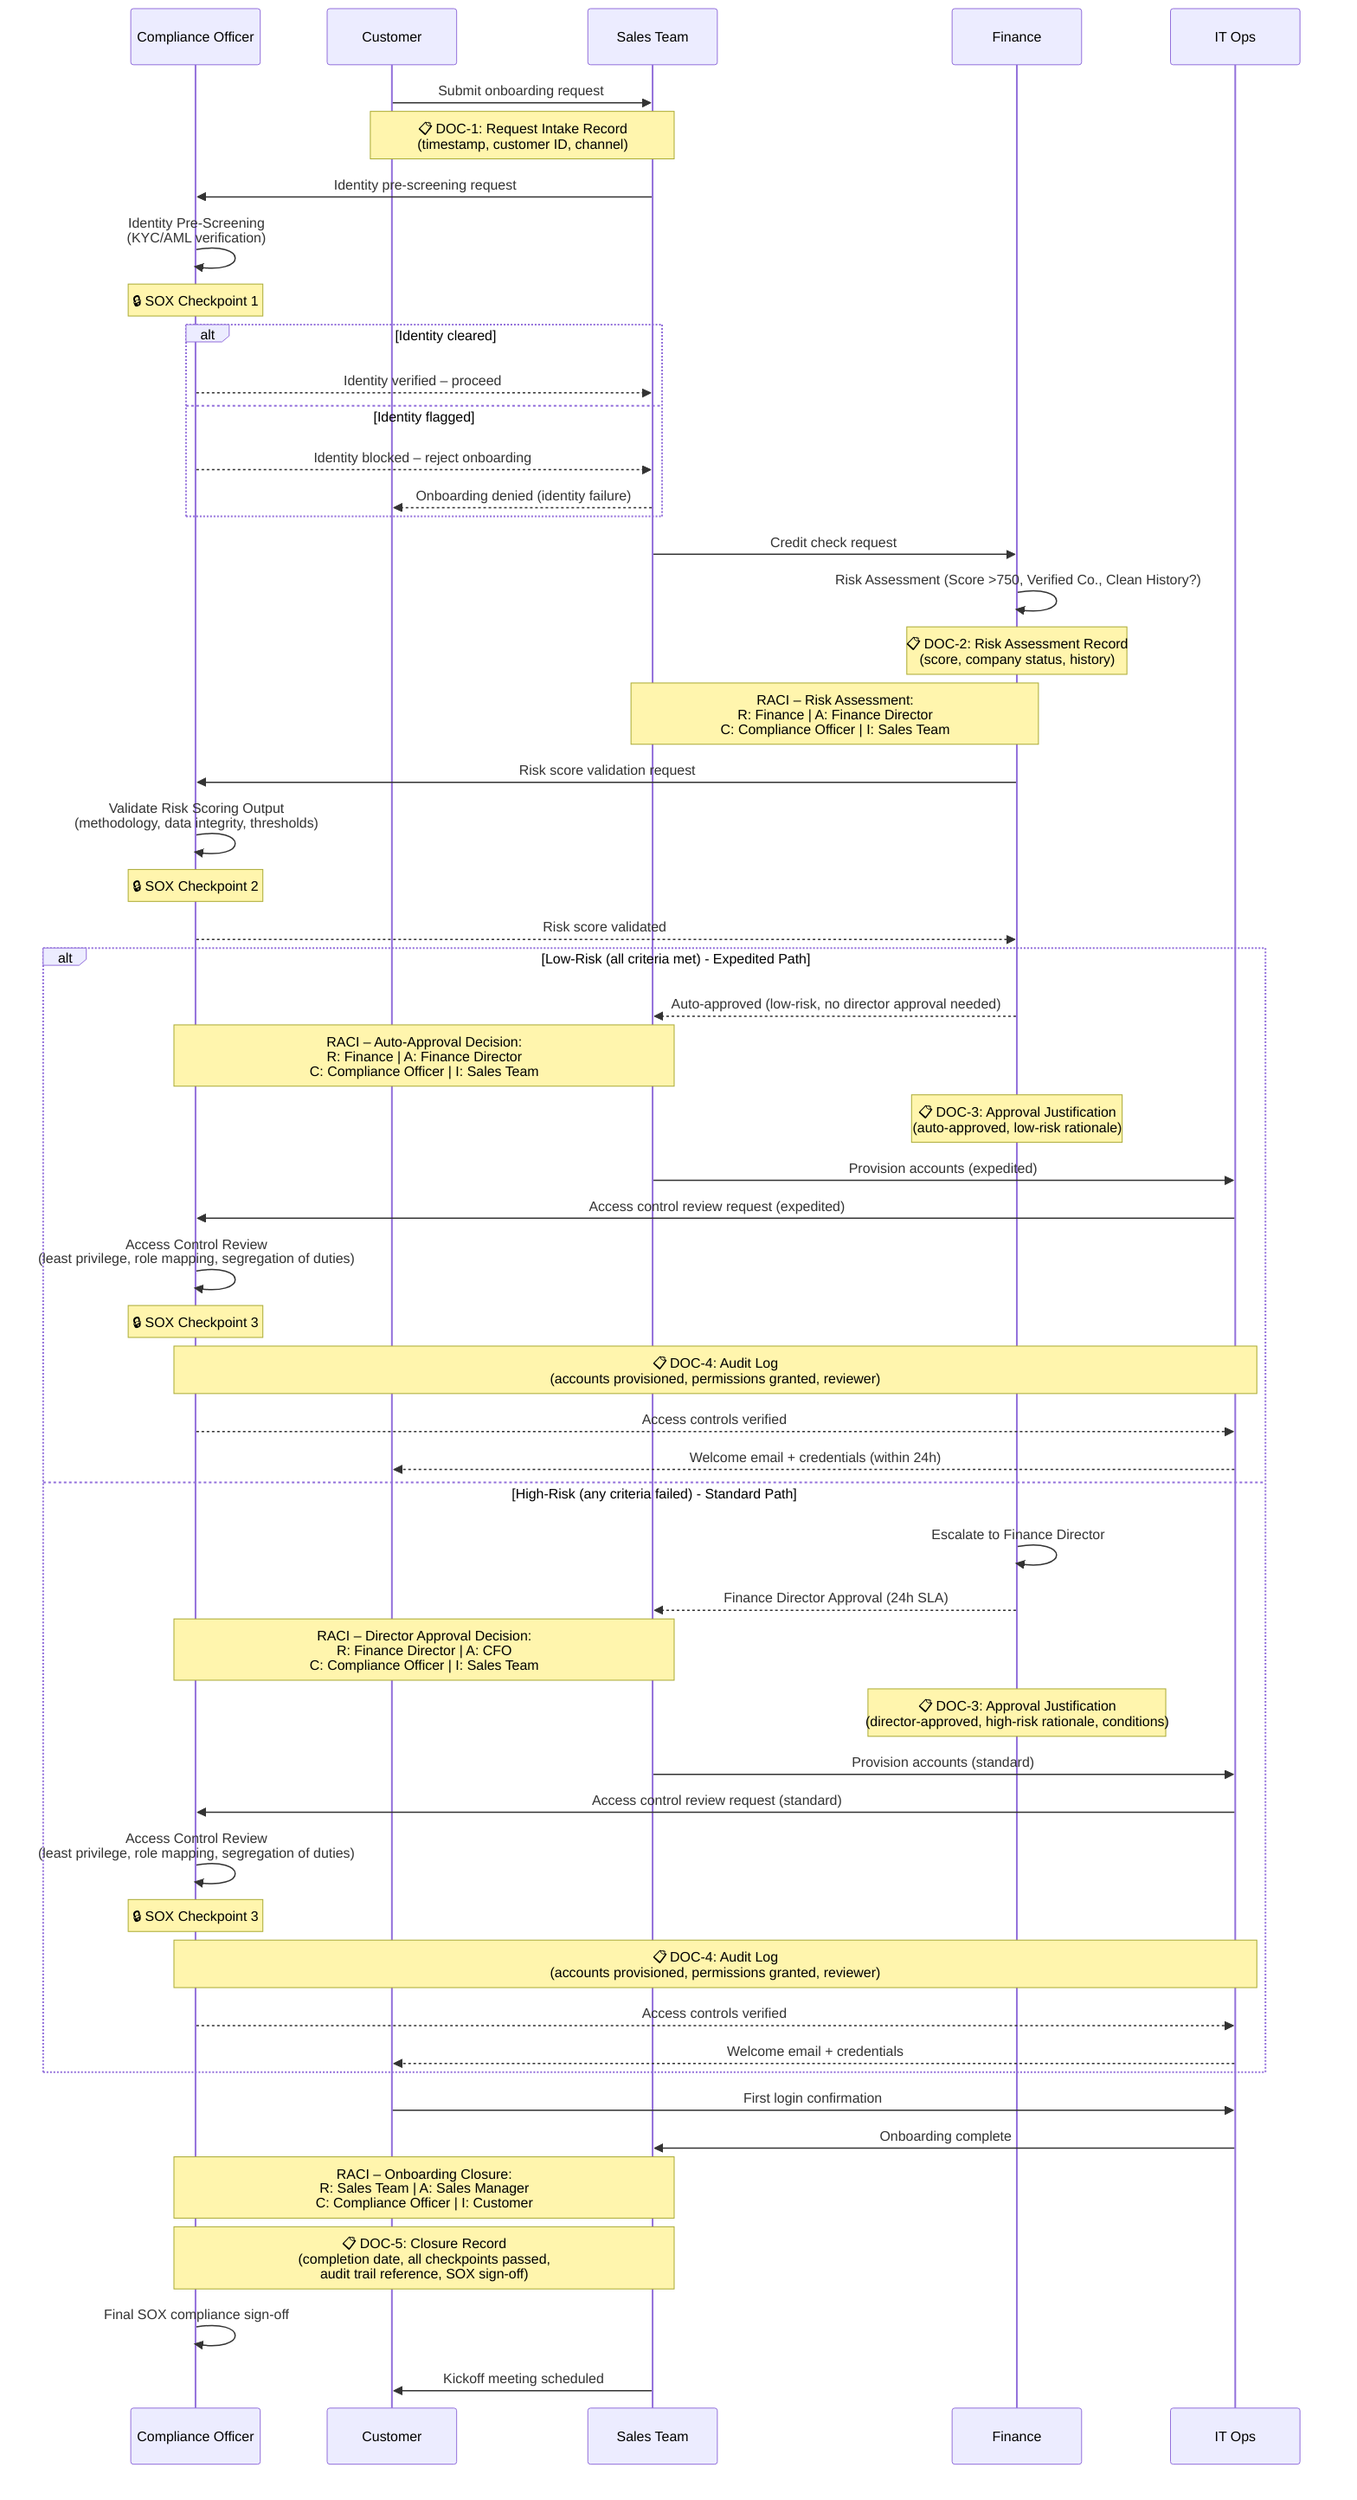
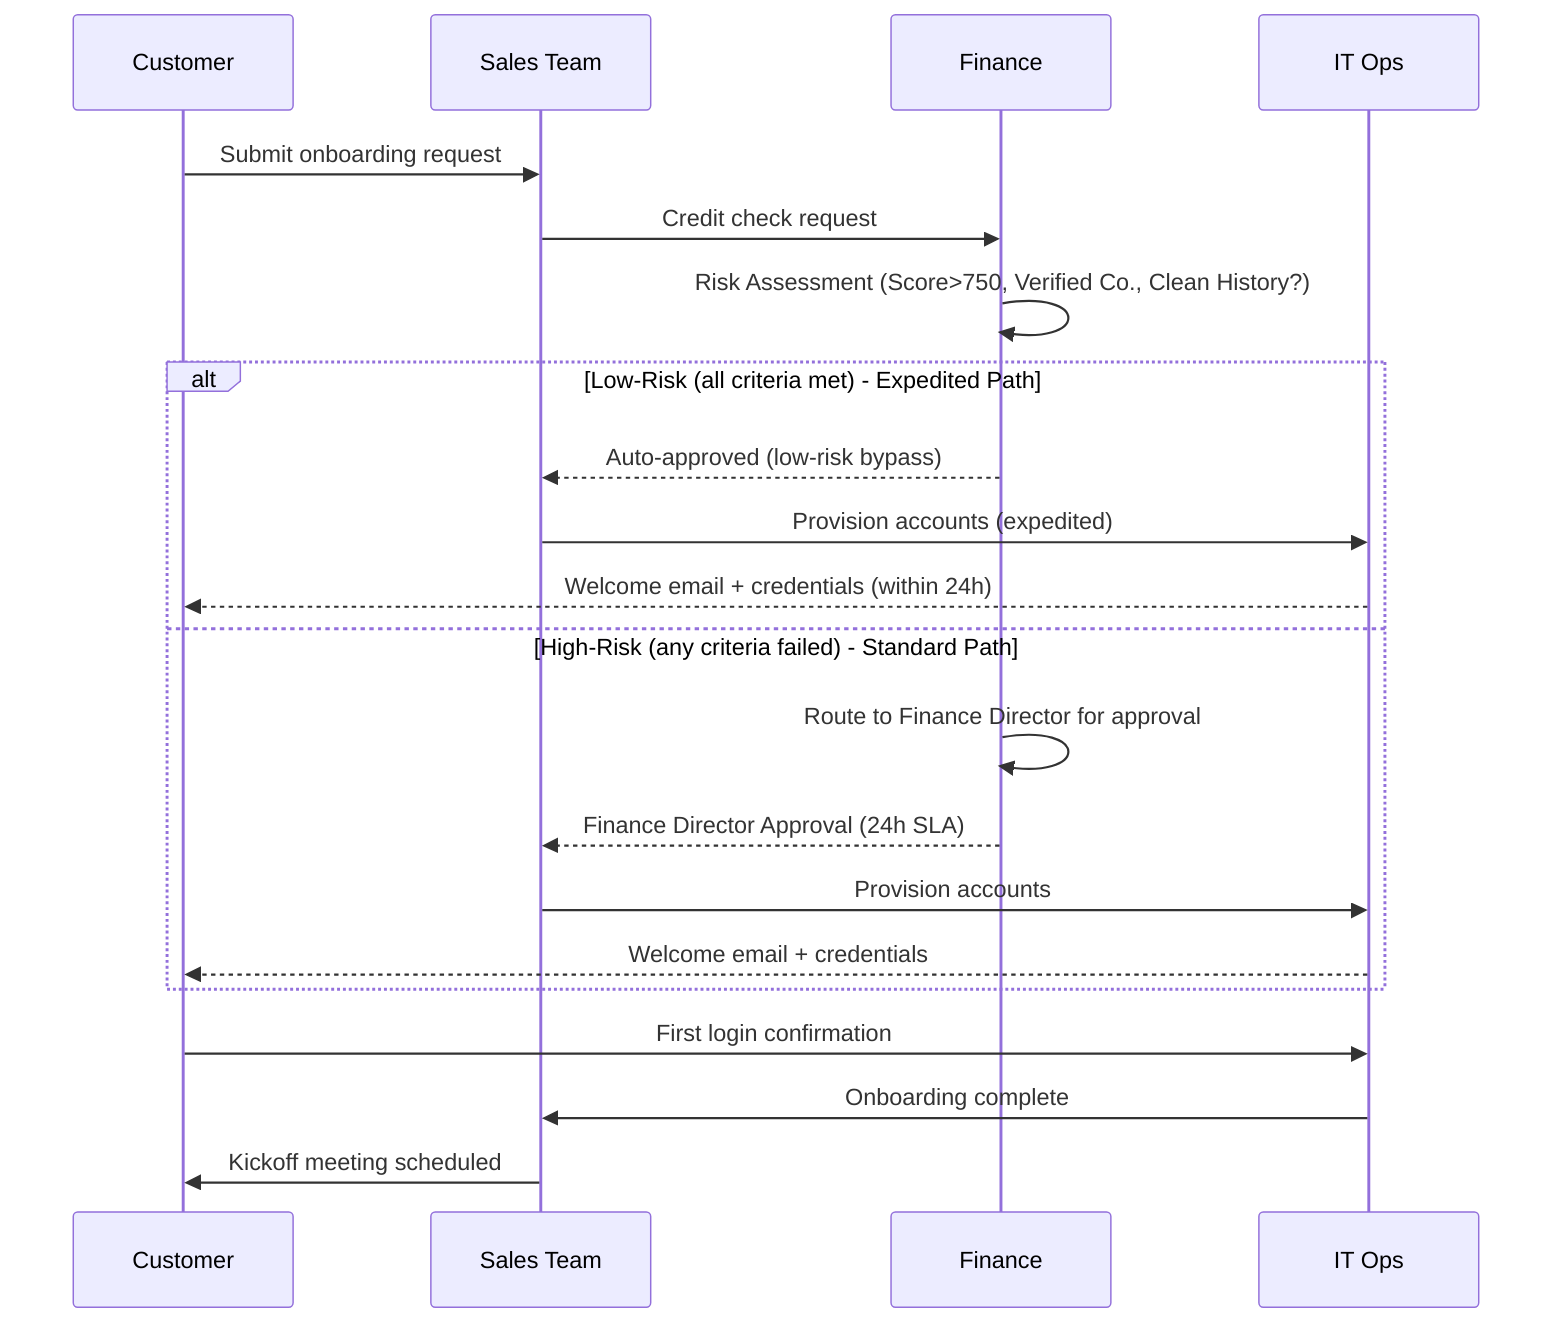
sequenceDiagram
-     participant CO as Compliance Officer
    participant C as Customer
    participant S as Sales Team
    participant F as Finance
    participant IT as IT Ops

-     %% ⚡ CHANGED SECTION - SOX Doc Gate 1: Request Intake Record
    C->>S: Submit onboarding request
-     Note over C,S: 📋 DOC-1: Request Intake Record<br/>(timestamp, customer ID, channel)
-     %% ⚡ END CHANGED SECTION
- 
-     %% ⚡ CHANGED SECTION - Compliance identity pre-screening before credit check
-     S->>CO: Identity pre-screening request
-     CO->>CO: Identity Pre-Screening<br/>(KYC/AML verification)
-     Note over CO: 🔒 SOX Checkpoint 1
-     alt Identity cleared
-         CO-->>S: Identity verified – proceed
-     else Identity flagged
-         CO-->>S: Identity blocked – reject onboarding
-         S-->>C: Onboarding denied (identity failure)
+     S->>F: Credit check request
+     %% ⚡ CHANGED SECTION - Risk assessment decision after credit check
+     F->>F: Risk Assessment (Score>750, Verified Co., Clean History?)
+     alt Low-Risk (all criteria met) - Expedited Path
+         F-->>S: Auto-approved (low-risk bypass)
+         S->>IT: Provision accounts (expedited)
+         IT-->>C: Welcome email + credentials (within 24h)
+     else High-Risk (any criteria failed) - Standard Path
+         F->>F: Route to Finance Director for approval
+         F-->>S: Finance Director Approval (24h SLA)
+         S->>IT: Provision accounts
+         IT-->>C: Welcome email + credentials
    end
    %% ⚡ END CHANGED SECTION
- 
-     S->>F: Credit check request
- 
-     %% ⚡ CHANGED SECTION - Risk assessment with RACI annotation + Doc Gate 2
-     F->>F: Risk Assessment (Score >750, Verified Co., Clean History?)
-     Note over F: 📋 DOC-2: Risk Assessment Record<br/>(score, company status, history)
-     Note over S,F: RACI – Risk Assessment:<br/>R: Finance | A: Finance Director<br/>C: Compliance Officer | I: Sales Team
-     %% ⚡ END CHANGED SECTION
- 
-     %% ⚡ CHANGED SECTION - Compliance validation of risk scoring output
-     F->>CO: Risk score validation request
-     CO->>CO: Validate Risk Scoring Output<br/>(methodology, data integrity, thresholds)
-     Note over CO: 🔒 SOX Checkpoint 2
-     CO-->>F: Risk score validated
-     %% ⚡ END CHANGED SECTION
- 
-     alt Low-Risk (all criteria met) - Expedited Path
-         F-->>S: Auto-approved (low-risk, no director approval needed)
- 
-         %% ⚡ CHANGED SECTION - RACI for auto-approval + Doc Gate 3
-         Note over S,CO: RACI – Auto-Approval Decision:<br/>R: Finance | A: Finance Director<br/>C: Compliance Officer | I: Sales Team
-         Note over F: 📋 DOC-3: Approval Justification<br/>(auto-approved, low-risk rationale)
-         %% ⚡ END CHANGED SECTION
- 
-         S->>IT: Provision accounts (expedited)
- 
-         %% ⚡ CHANGED SECTION - Compliance access control review after provisioning
-         IT->>CO: Access control review request (expedited)
-         CO->>CO: Access Control Review<br/>(least privilege, role mapping, segregation of duties)
-         Note over CO: 🔒 SOX Checkpoint 3
-         Note over IT,CO: 📋 DOC-4: Audit Log<br/>(accounts provisioned, permissions granted, reviewer)
-         CO-->>IT: Access controls verified
-         %% ⚡ END CHANGED SECTION
- 
-         IT-->>C: Welcome email + credentials (within 24h)
- 
-     else High-Risk (any criteria failed) - Standard Path
-         F->>F: Escalate to Finance Director
-         F-->>S: Finance Director Approval (24h SLA)
- 
-         %% ⚡ CHANGED SECTION - RACI for director approval + Doc Gate 3
-         Note over S,CO: RACI – Director Approval Decision:<br/>R: Finance Director | A: CFO<br/>C: Compliance Officer | I: Sales Team
-         Note over F: 📋 DOC-3: Approval Justification<br/>(director-approved, high-risk rationale, conditions)
-         %% ⚡ END CHANGED SECTION
- 
-         S->>IT: Provision accounts (standard)
- 
-         %% ⚡ CHANGED SECTION - Compliance access control review after provisioning
-         IT->>CO: Access control review request (standard)
-         CO->>CO: Access Control Review<br/>(least privilege, role mapping, segregation of duties)
-         Note over CO: 🔒 SOX Checkpoint 3
-         Note over IT,CO: 📋 DOC-4: Audit Log<br/>(accounts provisioned, permissions granted, reviewer)
-         CO-->>IT: Access controls verified
-         %% ⚡ END CHANGED SECTION
- 
-         IT-->>C: Welcome email + credentials
-     end
- 
    C->>IT: First login confirmation
    IT->>S: Onboarding complete
- 
-     %% ⚡ CHANGED SECTION - RACI for onboarding closure + Doc Gate 5
-     Note over S,CO: RACI – Onboarding Closure:<br/>R: Sales Team | A: Sales Manager<br/>C: Compliance Officer | I: Customer
-     Note over S,CO: 📋 DOC-5: Closure Record<br/>(completion date, all checkpoints passed,<br/>audit trail reference, SOX sign-off)
-     CO->>CO: Final SOX compliance sign-off
-     %% ⚡ END CHANGED SECTION
- 
    S->>C: Kickoff meeting scheduled

%% EXPLANATION:
- %% Added a Compliance Officer participant positioned at the top of the diagram with three SOX checkpoints: (1) an identity pre-screening gate before the credit check that can block onboarding for KYC/AML failures, (2) a risk scoring validation step after Finance completes its assessment to verify methodology and data integrity, and (3) an access control review after account provisioning in both the expedited and standard paths to enforce least-privilege and segregation of duties. Five documentation gates were added as notes attached to their source interactions: DOC-1 at request intake, DOC-2 at risk assessment output, DOC-3 at approval justification (in both paths), DOC-4 as audit logs after provisioning, and DOC-5 as a closure record with final SOX sign-off. RACI annotations were added at every major decision point (risk assessment, auto-approval, director approval, and onboarding closure). All original business logic—the risk-based routing, expedited vs. standard paths, and post-provisioning steps—remains unchanged.+ %% Added a risk assessment step within Finance after the credit check request. Introduced an alt/else block: the low-risk path (score >750, verified company, clean payment history) auto-approves and proceeds directly to expedited account provisioning, while the high-risk path routes through the existing Finance Director approval workflow before provisioning. The post-provisioning steps (first login, onboarding complete, kickoff scheduling) remain shared across both paths.